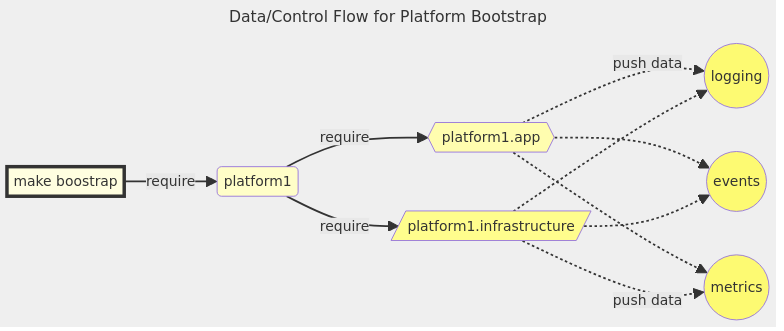
Before: docs/example-platform-1.png, a diagram exported from Mermaid (elo-enterprises/k8s-tools). Its source is kept beside it as docs/example-platform-1.mmd.
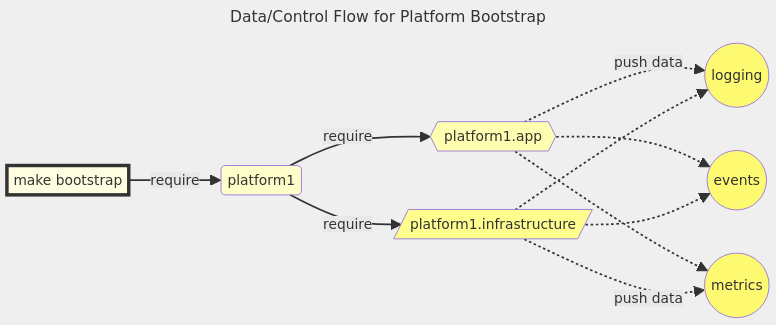
Above is the later version.

Diff of the diagram source:
```diff
@@ -2,7 +2,7 @@
 title: Data/Control Flow for Platform Bootstrap
 ---
 graph LR
-  M[make boostrap] -->  |require| p1(platform1) -->|require| platform1.app
+  M[make bootstrap] -->  |require| p1(platform1) -->|require| platform1.app
   p1 -->|require| platform1.infrastructure
 platform1.app{{platform1.app}} -.->|push data| logging((logging))
 platform1.infrastructure[/platform1.infrastructure/] -.-> logging
```
